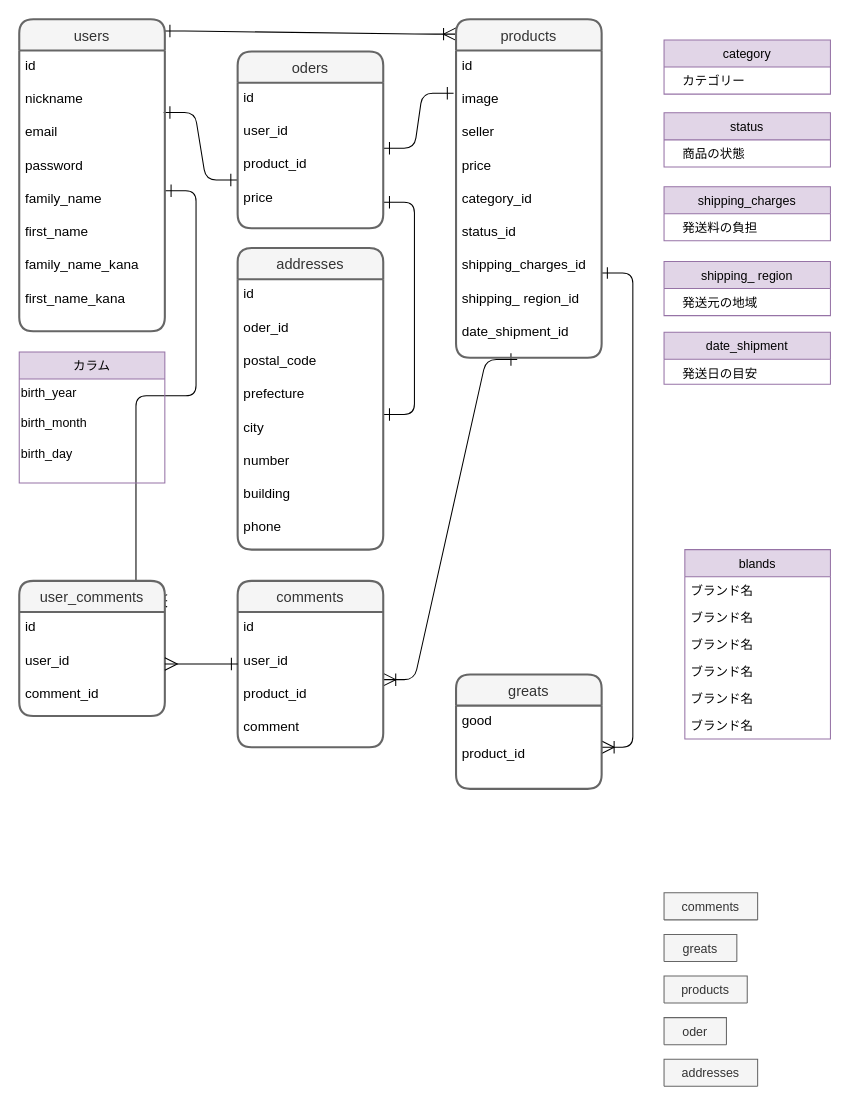
airi0623/furima-29182 keeps this draw.io diagram as er.drawio. Above is the earlier version. Source tidied: cells renumbered, new cells numbered last; positions are measured from the earlier drawing's top-left corner, leaving out a move shared by most shapes. Both pictures are drawn from the tidied source at 104%, with x=0, y=0 at pixel (19, 19).
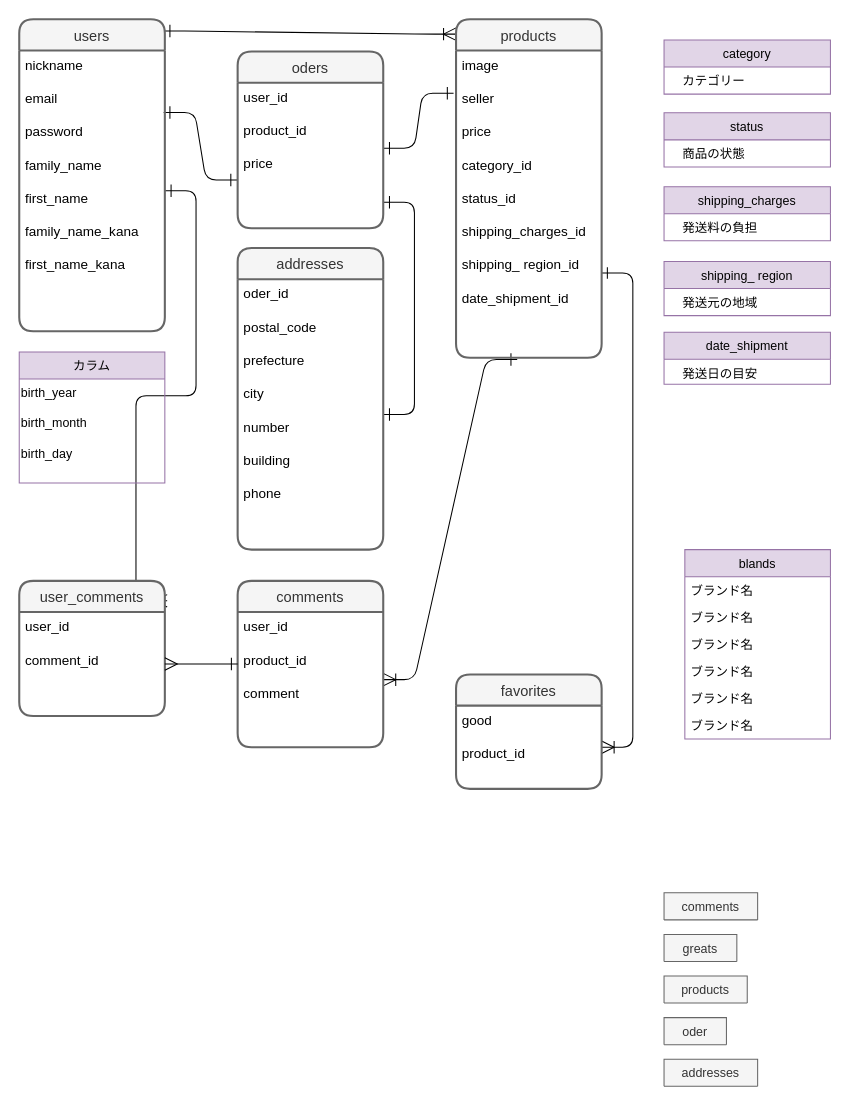
The same page after the edit.

Commit message:
er.drawio を更新します

The change refers to these unchanged cells:
```xml
<mxCell id="26" value="users" style="swimlane;horizontal=1;startSize=30;rounded=1;fontSize=14;fontStyle=0;strokeWidth=2;shadow=0;dashed=0;align=center;fillColor=#f5f5f5;strokeColor=#666666;fontColor=#333333;" parent="1" vertex="1">
  <mxGeometry width="140" height="300" as="geometry" />
</mxCell>
<mxCell id="29" value="products" style="swimlane;horizontal=1;startSize=30;rounded=1;fontSize=14;fontStyle=0;strokeWidth=2;shadow=0;dashed=0;align=center;fillColor=#f5f5f5;strokeColor=#666666;fontColor=#333333;" parent="1" vertex="1">
  <mxGeometry x="420" width="140" height="325.5" as="geometry" />
</mxCell>
<mxCell id="32" value="oders" style="swimlane;horizontal=1;startSize=30;rounded=1;fontSize=14;fontStyle=0;strokeWidth=2;shadow=0;dashed=0;align=center;fillColor=#f5f5f5;strokeColor=#666666;fontColor=#333333;" parent="1" vertex="1">
  <mxGeometry x="210" y="31" width="140" height="170" as="geometry" />
</mxCell>
<mxCell id="35" value="addresses" style="swimlane;horizontal=1;startSize=30;rounded=1;fontSize=14;fontStyle=0;strokeWidth=2;shadow=0;dashed=0;align=center;fillColor=#f5f5f5;strokeColor=#666666;fontColor=#333333;" parent="1" vertex="1">
  <mxGeometry x="210" y="220" width="140" height="290" as="geometry" />
</mxCell>
<mxCell id="38" value="comments" style="swimlane;horizontal=1;startSize=30;rounded=1;fontSize=14;fontStyle=0;strokeWidth=2;shadow=0;dashed=0;align=center;fillColor=#f5f5f5;strokeColor=#666666;fontColor=#333333;" parent="1" vertex="1">
  <mxGeometry x="210" y="540" width="140" height="160" as="geometry" />
</mxCell>
<mxCell id="51" value="user_comments" style="swimlane;horizontal=1;startSize=30;rounded=1;fontSize=14;fontStyle=0;strokeWidth=2;shadow=0;dashed=0;align=center;fillColor=#f5f5f5;strokeColor=#666666;fontColor=#333333;" parent="1" vertex="1">
  <mxGeometry y="540" width="140" height="130" as="geometry" />
</mxCell>
```

What changed in the source:
```diff
@@
-    <mxCell id="27" value="id&#10;&#10;nickname&#10;&#10;email&#10;&#10;password&#10;&#10;family_name&#10;&#10;first_name&#10;&#10;family_name_kana&#10;&#10;first_name_kana&#10;&#10;" style="align=left;strokeColor=none;fillColor=none;spacingLeft=4;fontSize=13;verticalAlign=top;" parent="26" vertex="1">
+    <mxCell id="27" value="nickname&#10;&#10;email&#10;&#10;password&#10;&#10;family_name&#10;&#10;first_name&#10;&#10;family_name_kana&#10;&#10;first_name_kana&#10;&#10;" style="align=left;strokeColor=none;fillColor=none;spacingLeft=4;fontSize=13;verticalAlign=top;" parent="26" vertex="1">
       <mxGeometry y="30" width="140" height="270" as="geometry" />
     </mxCell>
@@
-    <mxCell id="31" value="id&#10;&#10;image&#10;&#10;seller&#10;&#10;price&#10;&#10;category_id&#10;&#10;status_id&#10;&#10;shipping_charges_id&#10;&#10;shipping_ region_id&#10;&#10;date_shipment_id&#10;" style="align=left;strokeColor=none;fillColor=none;spacingLeft=4;fontSize=13;verticalAlign=top;" parent="29" vertex="1">
+    <mxCell id="31" value="image&#10;&#10;seller&#10;&#10;price&#10;&#10;category_id&#10;&#10;status_id&#10;&#10;shipping_charges_id&#10;&#10;shipping_ region_id&#10;&#10;date_shipment_id&#10;" style="align=left;strokeColor=none;fillColor=none;spacingLeft=4;fontSize=13;verticalAlign=top;" parent="29" vertex="1">
       <mxGeometry y="30" width="140" height="295.5" as="geometry" />
     </mxCell>
@@
-    <mxCell id="33" value="id&#10;&#10;user_id&#10;&#10;product_id&#10;&#10;price&#10;&#10;" style="align=left;strokeColor=none;fillColor=none;spacingLeft=4;fontSize=13;verticalAlign=top;" parent="32" vertex="1">
+    <mxCell id="33" value="user_id&#10;&#10;product_id&#10;&#10;price&#10;&#10;" style="align=left;strokeColor=none;fillColor=none;spacingLeft=4;fontSize=13;verticalAlign=top;" parent="32" vertex="1">
       <mxGeometry y="30" width="140" height="140" as="geometry" />
     </mxCell>
@@
-    <mxCell id="36" value="id&#10;&#10;oder_id&#10;&#10;postal_code&#10;&#10;prefecture&#10;&#10;city&#10;&#10;number&#10;&#10;building&#10;&#10;phone&#10;&#10;" style="align=left;strokeColor=none;fillColor=none;spacingLeft=4;fontSize=13;verticalAlign=top;" parent="35" vertex="1">
+    <mxCell id="36" value="oder_id&#10;&#10;postal_code&#10;&#10;prefecture&#10;&#10;city&#10;&#10;number&#10;&#10;building&#10;&#10;phone&#10;&#10;" style="align=left;strokeColor=none;fillColor=none;spacingLeft=4;fontSize=13;verticalAlign=top;" parent="35" vertex="1">
       <mxGeometry y="30" width="140" height="260" as="geometry" />
     </mxCell>
@@
-    <mxCell id="39" value="id&#10;&#10;user_id&#10;&#10;product_id&#10;&#10;comment&#10;" style="align=left;strokeColor=none;fillColor=none;spacingLeft=4;fontSize=13;verticalAlign=top;" parent="38" vertex="1">
+    <mxCell id="39" value="user_id&#10;&#10;product_id&#10;&#10;comment&#10;" style="align=left;strokeColor=none;fillColor=none;spacingLeft=4;fontSize=13;verticalAlign=top;" parent="38" vertex="1">
       <mxGeometry y="30" width="140" height="130" as="geometry" />
     </mxCell>
@@
-    <mxCell id="41" value="greats" style="swimlane;horizontal=1;startSize=30;rounded=1;fontSize=14;fontStyle=0;strokeWidth=2;shadow=0;dashed=0;align=center;fillColor=#f5f5f5;strokeColor=#666666;fontColor=#333333;" parent="1" vertex="1">
+    <mxCell id="41" value="favorites" style="swimlane;horizontal=1;startSize=30;rounded=1;fontSize=14;fontStyle=0;strokeWidth=2;shadow=0;dashed=0;align=center;fillColor=#f5f5f5;strokeColor=#666666;fontColor=#333333;" parent="1" vertex="1">
       <mxGeometry x="420" y="630" width="140" height="110" as="geometry" />
     </mxCell>
@@
-    <mxCell id="52" value="id&#10;&#10;user_id&#10;&#10;comment_id&#10;" style="align=left;strokeColor=none;fillColor=none;spacingLeft=4;fontSize=13;verticalAlign=top;" parent="51" vertex="1">
+    <mxCell id="52" value="user_id&#10;&#10;comment_id&#10;" style="align=left;strokeColor=none;fillColor=none;spacingLeft=4;fontSize=13;verticalAlign=top;" parent="51" vertex="1">
       <mxGeometry y="30" width="140" height="100" as="geometry" />
     </mxCell>
```
